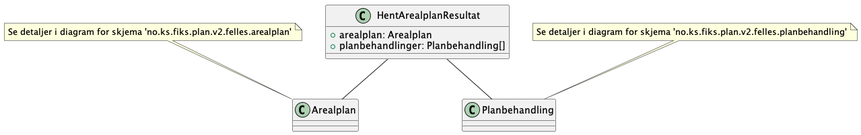
Before: Dokumentasjon/V2/ClassDiagrams/no.ks.fiks.plan.v2.innsyn.arealplan.hent.resultat/arealplan-hent-resultat.png, a diagram exported from PlantUML (ks-no/fiks-plan-specification).
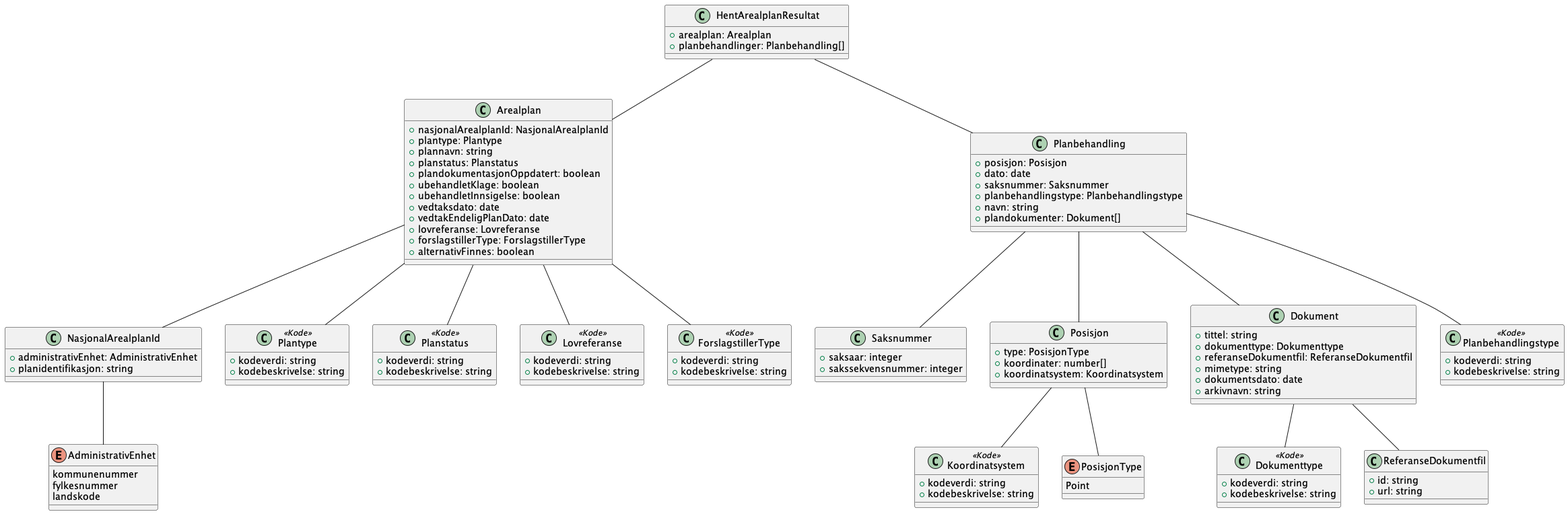
Above is the later version.

The edit, as a diff of the source:
```diff
@@ -1,4 +1,7 @@
 @startuml
+
+!include ./../no.ks.fiks.plan.v2.felles.arealplan/arealplan.pu
+!include ./../no.ks.fiks.plan.v2.felles.planbehandling/planbehandling.pu
 
 class HentArealplanResultat {
     +arealplan: Arealplan
@@ -8,9 +11,4 @@
 HentArealplanResultat -- Arealplan
 HentArealplanResultat -- Planbehandling
 
-
-note top of Arealplan : Se detaljer i diagram for skjema 'no.ks.fiks.plan.v2.felles.arealplan'
-note top of Planbehandling : Se detaljer i diagram for skjema 'no.ks.fiks.plan.v2.felles.planbehandling'
-
-
 @enduml
```
